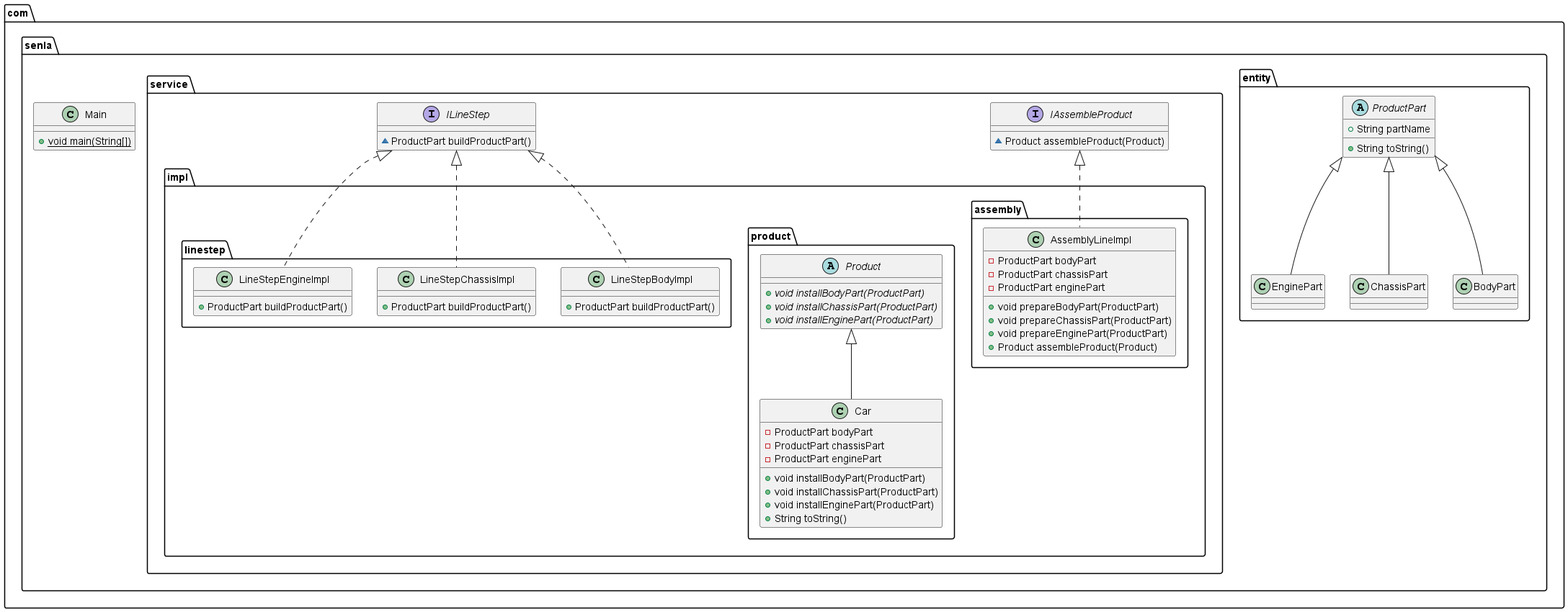
Before: TASK_3_3.png, a diagram exported from PlantUML (tarigor/igor-taren-repo).
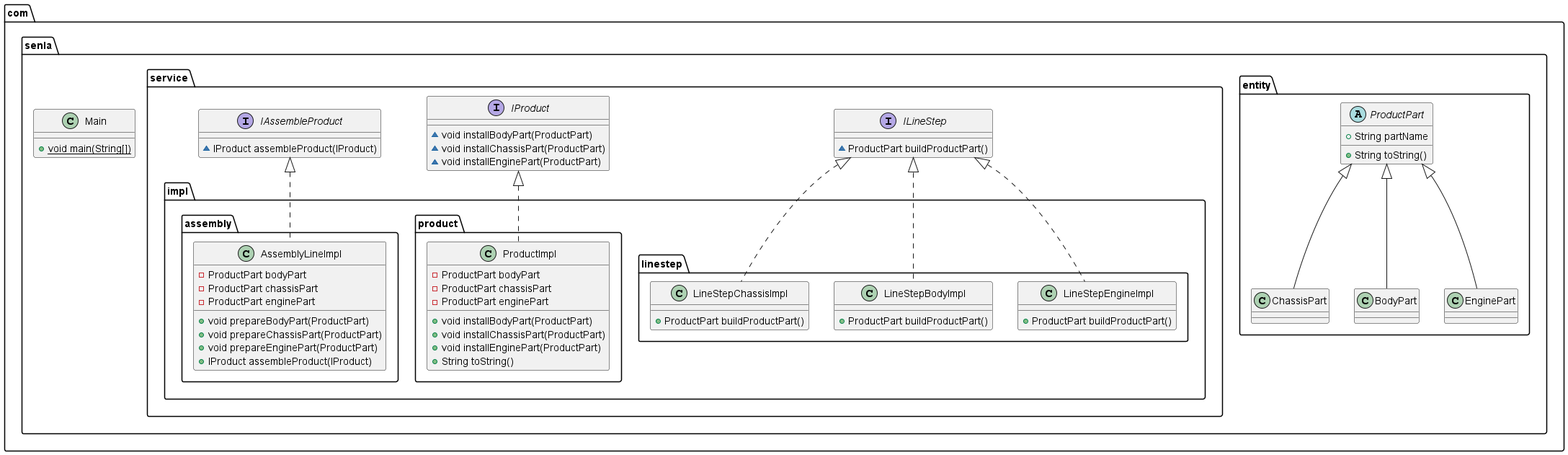
The same file after the commit.

What changed in the source:
```diff
@@ -14,16 +14,11 @@
 + void prepareBodyPart(ProductPart)
 + void prepareChassisPart(ProductPart)
 + void prepareEnginePart(ProductPart)
-+ Product assembleProduct(Product)
-}
-abstract class com.senla.service.impl.product.Product {
-+ {abstract}void installBodyPart(ProductPart)
-+ {abstract}void installChassisPart(ProductPart)
-+ {abstract}void installEnginePart(ProductPart)
++ IProduct assembleProduct(IProduct)
 }
 class com.senla.entity.EnginePart {
 }
-class com.senla.service.impl.product.Car {
+class com.senla.service.impl.product.ProductImpl {
 - ProductPart bodyPart
 - ProductPart chassisPart
 - ProductPart enginePart
@@ -41,6 +36,11 @@
 class com.senla.service.impl.linestep.LineStepEngineImpl {
 + ProductPart buildProductPart()
 }
+interface com.senla.service.IProduct {
+~ void installBodyPart(ProductPart)
+~ void installChassisPart(ProductPart)
+~ void installEnginePart(ProductPart)
+}
 class com.senla.service.impl.linestep.LineStepBodyImpl {
 + ProductPart buildProductPart()
 }
@@ -48,7 +48,7 @@
 + ProductPart buildProductPart()
 }
 interface com.senla.service.IAssembleProduct {
-~ Product assembleProduct(Product)
+~ IProduct assembleProduct(IProduct)
 }
 
 
@@ -56,7 +56,7 @@
 com.senla.entity.ProductPart <|-- com.senla.entity.BodyPart
 com.senla.service.IAssembleProduct <|.. com.senla.service.impl.assembly.AssemblyLineImpl
 com.senla.entity.ProductPart <|-- com.senla.entity.EnginePart
-com.senla.service.impl.product.Product <|-- com.senla.service.impl.product.Car
+com.senla.service.IProduct <|.. com.senla.service.impl.product.ProductImpl
 com.senla.service.ILineStep <|.. com.senla.service.impl.linestep.LineStepEngineImpl
 com.senla.service.ILineStep <|.. com.senla.service.impl.linestep.LineStepBodyImpl
 com.senla.service.ILineStep <|.. com.senla.service.impl.linestep.LineStepChassisImpl
```
